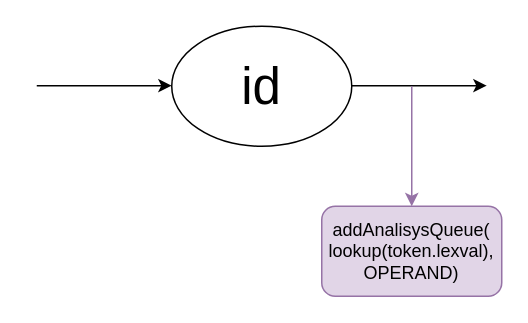
Above: grafosSintaticos/semanticRules/t_sr.drawio in AdrianoII/gccc (draw.io), before the change. Source tidied: cells renumbered, new cells numbered last; positions are measured from the earlier drawing's top-left corner, leaving out a move shared by most shapes. Both pictures are drawn from the tidied source at 150%, with x=0, y=0 at pixel (36, 26).
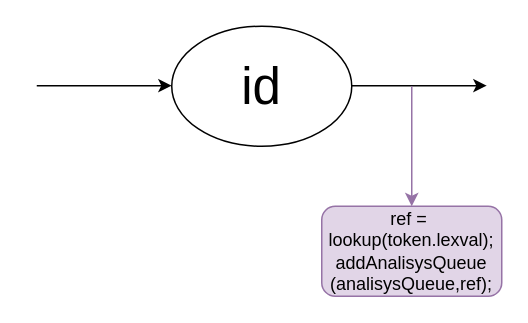
After the change.

What changed in the source:
```diff
@@
 <mxGraphModel>
   <root>
     <mxCell id="0" />
     <mxCell id="1" parent="0" />
     <mxCell id="2" style="group;" parent="1" vertex="1">
       <mxGeometry width="300" height="80" as="geometry" />
     </mxCell>
     <mxCell id="3" value="&lt;span style=&quot;font-size: 34px&quot;&gt;id&lt;/span&gt;" style="ellipse;whiteSpace=wrap;html=1;" parent="2" vertex="1">
       <mxGeometry x="90" width="120" height="80" as="geometry" />
     </mxCell>
     <mxCell id="4" style="endArrow=classic;html=1;entryX=0;entryY=0.5;entryDx=0;entryDy=0;" parent="2" edge="1">
       <mxGeometry relative="1" as="geometry">
         <mxPoint y="39.6" as="sourcePoint" />
         <mxPoint x="90" y="39.6" as="targetPoint" />
       </mxGeometry>
     </mxCell>
     <mxCell id="5" style="endArrow=classic;html=1;entryX=0;entryY=0.5;entryDx=0;entryDy=0;" parent="2" edge="1">
       <mxGeometry relative="1" as="geometry">
         <mxPoint x="210" y="39.6" as="sourcePoint" />
         <mxPoint x="300" y="39.6" as="targetPoint" />
       </mxGeometry>
     </mxCell>
     <mxCell id="6" style="endArrow=classic;html=1;fillColor=#e1d5e7;strokeColor=#9673a6;" parent="2" edge="1" target="7">
       <mxGeometry relative="1" as="geometry">
         <mxPoint x="250" y="40" as="sourcePoint" />
       </mxGeometry>
     </mxCell>
-    <mxCell id="7" value="addAnalisysQueue( lookup(token.lexval),&lt;br&gt;OPERAND)" style="rounded=1;whiteSpace=wrap;html=1;fillColor=#e1d5e7;strokeColor=#9673a6;" parent="1" vertex="1">
+    <mxCell id="7" value="ref =&amp;nbsp;&lt;br&gt;lookup(token.lexval);&lt;br&gt;addAnalisysQueue&lt;br&gt;(analisysQueue,ref);" style="rounded=1;whiteSpace=wrap;html=1;fillColor=#e1d5e7;strokeColor=#9673a6;" parent="1" vertex="1">
       <mxGeometry x="190" y="120" width="120" height="60" as="geometry" />
     </mxCell>
   </root>
 </mxGraphModel>
```
